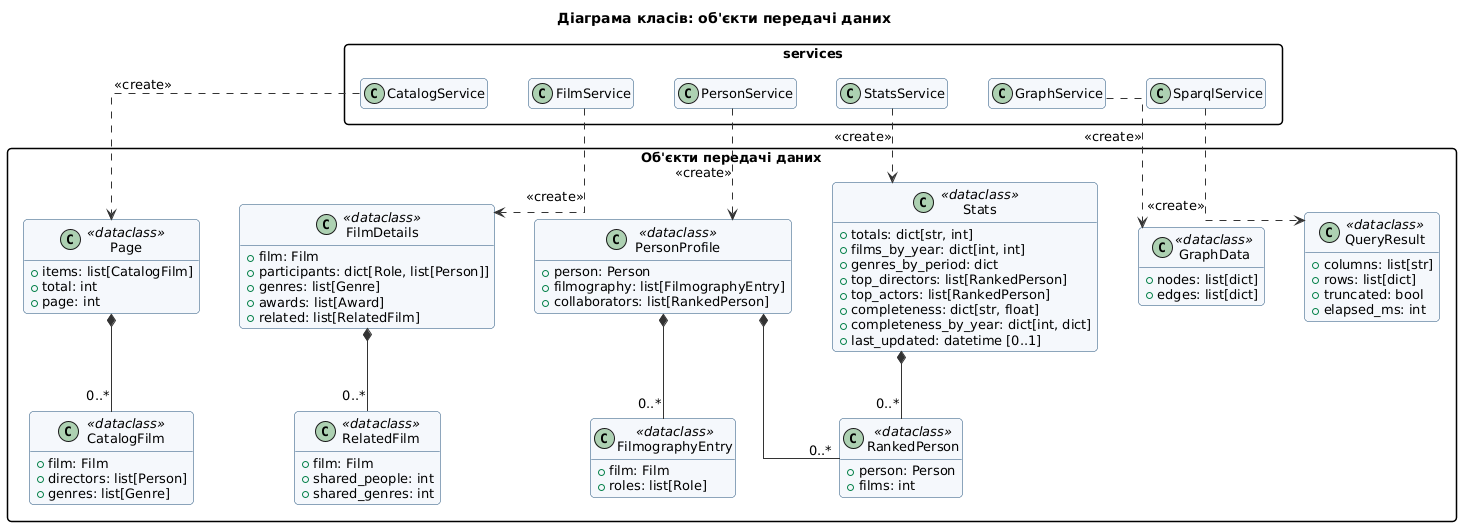
Earlier version of the PlantUML export docs/uml/05d_class_dto.png (pryanikalenaknu/kinograf).
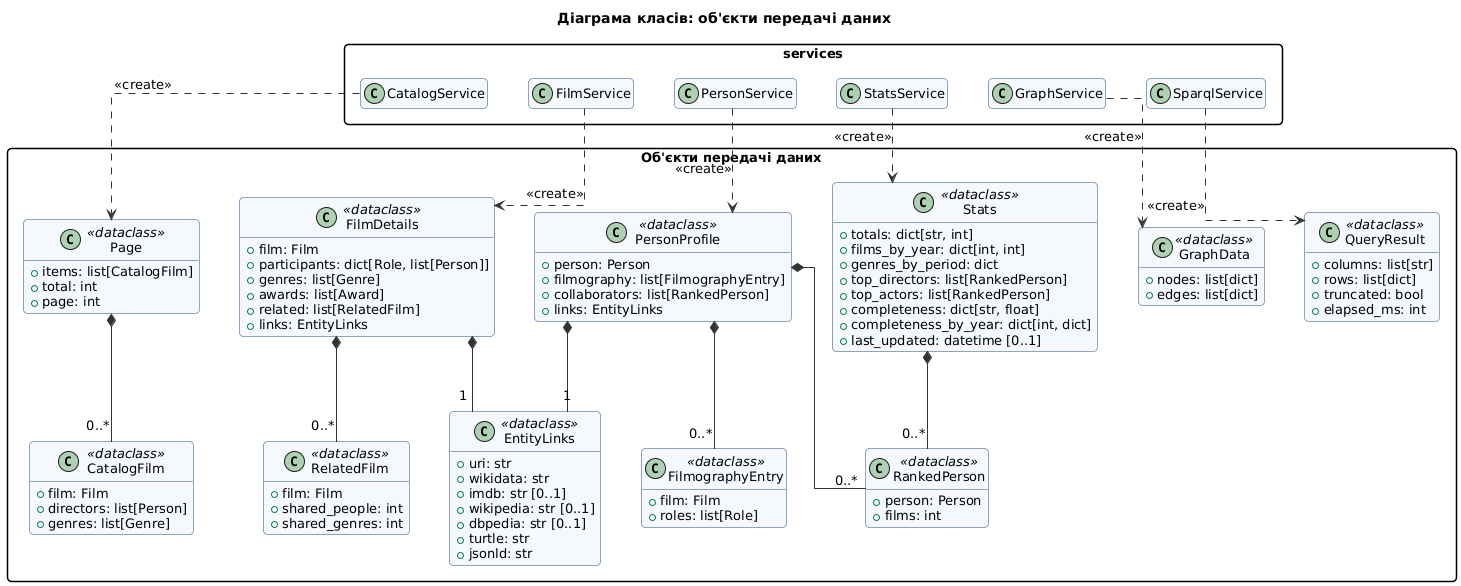
The same file after the commit.

The edit, as a diff of the source:
```diff
@@ -37,6 +37,7 @@
     +genres: list[Genre]
     +awards: list[Award]
     +related: list[RelatedFilm]
+    +links: EntityLinks
   }
   class RelatedFilm <<dataclass>> {
     +film: Film
@@ -47,6 +48,7 @@
     +person: Person
     +filmography: list[FilmographyEntry]
     +collaborators: list[RankedPerson]
+    +links: EntityLinks
   }
   class FilmographyEntry <<dataclass>> {
     +film: Film
@@ -69,6 +71,15 @@
   class GraphData <<dataclass>> {
     +nodes: list[dict]
     +edges: list[dict]
+  }
+  class EntityLinks <<dataclass>> {
+    +uri: str
+    +wikidata: str
+    +imdb: str [0..1]
+    +wikipedia: str [0..1]
+    +dbpedia: str [0..1]
+    +turtle: str
+    +jsonld: str
   }
   class QueryResult <<dataclass>> {
     +columns: list[str]
@@ -96,4 +107,6 @@
 PersonProfile *-down- "0..*" FilmographyEntry
 PersonProfile *-down- "0..*" RankedPerson
 Stats *-down- "0..*" RankedPerson
+FilmDetails *-down- "1" EntityLinks
+PersonProfile *-down- "1" EntityLinks
 @enduml
```
